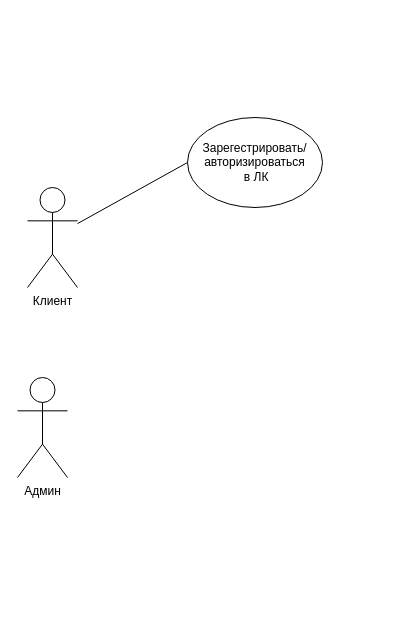
This is Диаграмма без названия.drawio from VydEkat/HW_data_mining, a draw.io file, before an edit. Source tidied: cells renumbered, new cells numbered last; positions are measured from the earlier drawing's top-left corner, leaving out a move shared by most shapes. Both pictures are drawn from the tidied source at 100%, with x=0, y=0 at pixel (17, 117).
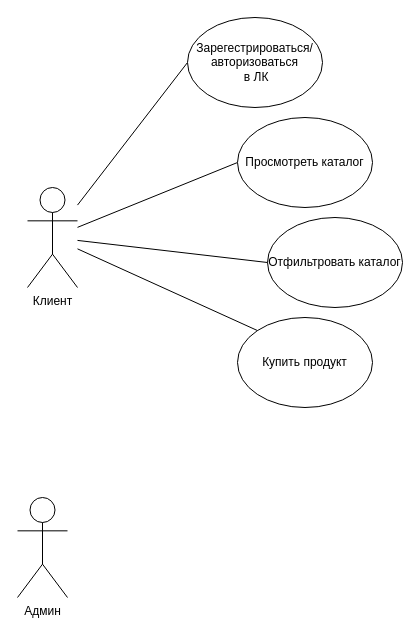
The same diagram, later.

Commit message:
Диаграмма_вариантов_использования

Change to the diagram source:
```diff
@@
 <mxGraphModel>
   <root>
     <mxCell id="0" />
     <mxCell id="1" parent="0" />
     <mxCell id="2" style="rounded=0;jettySize=auto;html=1;entryX=0;entryY=0.5;entryDx=0;entryDy=0;strokeColor=default;endArrow=none;endFill=0;" parent="1" edge="1" source="3" target="5">
       <mxGeometry relative="1" as="geometry" />
     </mxCell>
+    <mxCell id="6" style="rounded=0;jettySize=auto;html=1;entryX=0;entryY=0.5;entryDx=0;entryDy=0;endArrow=none;endFill=0;" parent="1" edge="1" source="3" target="7">
+      <mxGeometry relative="1" as="geometry" />
+    </mxCell>
     <mxCell id="3" value="Клиент" style="shape=umlActor;verticalLabelPosition=bottom;verticalAlign=top;html=1;outlineConnect=0;" parent="1" vertex="1">
       <mxGeometry x="10" y="70" width="50" height="100" as="geometry" />
     </mxCell>
     <mxCell id="4" value="Админ" style="shape=umlActor;verticalLabelPosition=bottom;verticalAlign=top;html=1;" parent="1" vertex="1">
-      <mxGeometry y="260" width="50" height="100" as="geometry" />
+      <mxGeometry y="380" width="50" height="100" as="geometry" />
     </mxCell>
-    <mxCell id="5" value="Зарегестрировать/авторизироваться&lt;br&gt;&amp;nbsp;в ЛК" style="ellipse;whiteSpace=wrap;html=1;" parent="1" vertex="1">
-      <mxGeometry x="170" width="135" height="90" as="geometry" />
+    <mxCell id="5" value="Зарегестрироваться/авторизоваться&lt;br&gt;&amp;nbsp;в ЛК" style="ellipse;whiteSpace=wrap;html=1;" parent="1" vertex="1">
+      <mxGeometry x="170" y="-100" width="135" height="90" as="geometry" />
     </mxCell>
+    <mxCell id="7" value="Просмотреть каталог" style="ellipse;whiteSpace=wrap;html=1;" parent="1" vertex="1">
+      <mxGeometry x="220" width="135" height="90" as="geometry" />
+    </mxCell>
+    <mxCell id="8" value="Отфильтровать каталог" style="ellipse;whiteSpace=wrap;html=1;" parent="1" vertex="1">
+      <mxGeometry x="250" y="100" width="135" height="90" as="geometry" />
+    </mxCell>
+    <mxCell id="9" value="Купить продукт" style="ellipse;whiteSpace=wrap;html=1;" parent="1" vertex="1">
+      <mxGeometry x="220" y="200" width="135" height="90" as="geometry" />
+    </mxCell>
+    <mxCell id="10" style="rounded=0;jettySize=auto;html=1;entryX=0;entryY=0.5;entryDx=0;entryDy=0;endArrow=none;endFill=0;" parent="1" edge="1" source="3" target="8">
+      <mxGeometry relative="1" as="geometry" />
+    </mxCell>
+    <mxCell id="11" style="rounded=0;jettySize=auto;html=1;entryX=0;entryY=0;entryDx=0;entryDy=0;endArrow=none;endFill=0;" parent="1" edge="1" source="3" target="9">
+      <mxGeometry relative="1" as="geometry" />
+    </mxCell>
   </root>
 </mxGraphModel>
```
